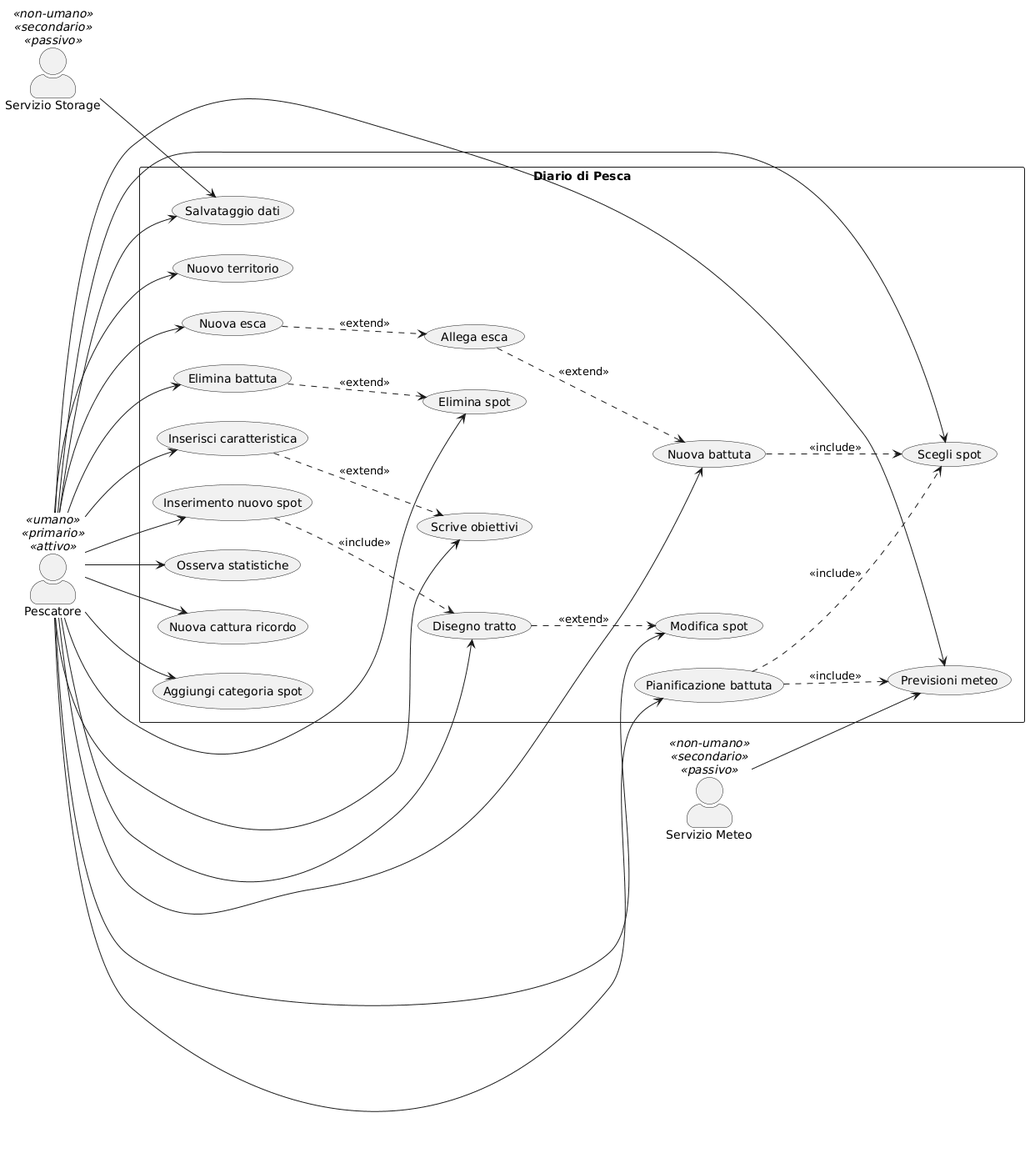
Before: docs/casiD_UsoPrincipali.png, a diagram exported from PlantUML (LocaCele04/LC_Tesi).
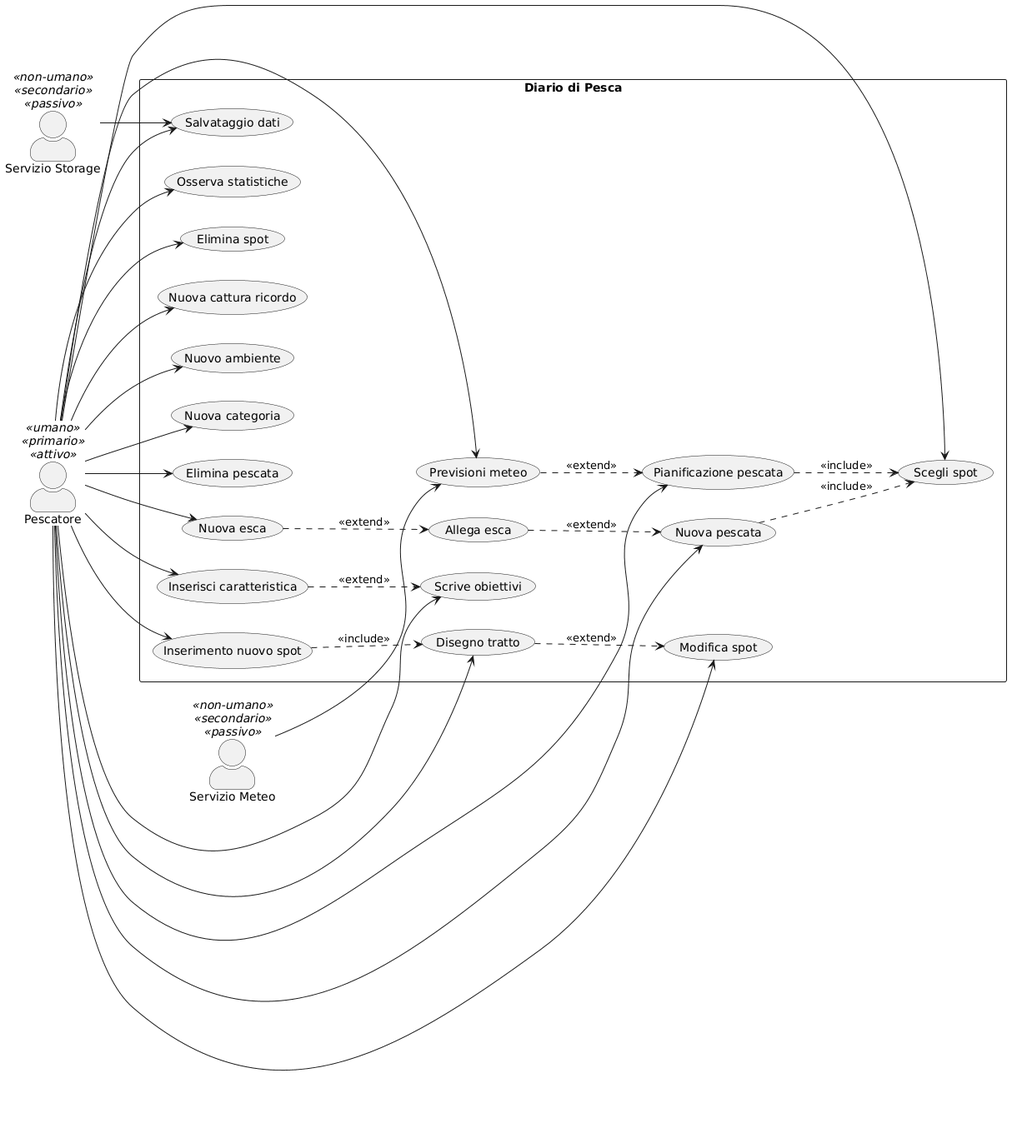
After the change.

What changed in the source:
```diff
@@ -9,7 +9,7 @@
 
 rectangle "Diario di Pesca" {
 	usecase "Disegno tratto" as UC_DisegnoTratto
-	usecase "Elimina battuta" as UC_EliminaBattuta
+	usecase "Elimina pescata" as UC_EliminaPescata
 	usecase "Inserisci caratteristica" as UC_NuovaCaratteristica
 	usecase "Nuova esca" as UC_InserisciEsca
 	usecase "Allega esca" as UC_AllegaEsca
@@ -21,23 +21,22 @@
 	usecase "Osserva statistiche" as UC_Statistiche
 	usecase "Elimina spot" as UC_EliminaSpot
 	usecase "Salvataggio dati" as UC_Backup
-	usecase "Nuova battuta" as UC_NuovaBattuta
-	usecase "Pianificazione battuta" as UC_Pianificazione
+	usecase "Nuova pescata" as UC_NuovaPescata
+	usecase "Pianificazione pescata" as UC_Pianificazione
 	usecase "Nuova cattura ricordo" as UC_CatturaMemorabile
-	usecase "Aggiungi categoria spot" as UC_NuovaClassificazione
-	usecase "Nuovo territorio" as UC_NuovaValle
+	usecase "Nuovo ambiente" as UC_NuovaClassificazione
+	usecase "Nuova categoria" as UC_NuovaValle
 
 
 
 	UC_NuovoSpot ..> UC_DisegnoTratto : <<include>>
 	UC_DisegnoTratto ..> UC_ModificaSpot : <<extend>>
-	UC_NuovaBattuta ..> UC_SceltaSpot : <<include>>
-	UC_Pianificazione ..> UC_Previsioni : <<include>>
+	UC_NuovaPescata ..> UC_SceltaSpot : <<include>>
+	UC_Previsioni ..> UC_Pianificazione : <<extend>>
 	UC_Pianificazione ..> UC_SceltaSpot : <<include>>
 	UC_NuovaCaratteristica ..> UC_NuovoObiettivo : <<extend>>
-	UC_EliminaBattuta ..> UC_EliminaSpot : <<extend>>
 	UC_InserisciEsca ..> UC_AllegaEsca : <<extend>>
-	UC_AllegaEsca ..> UC_NuovaBattuta : <<extend>>
+	UC_AllegaEsca ..> UC_NuovaPescata : <<extend>>
 
 
 
@@ -52,11 +51,11 @@
 	Pescatore --> UC_EliminaSpot
 	Pescatore --> UC_Statistiche
 	Pescatore --> UC_Backup
-	Pescatore --> UC_EliminaBattuta
+	Pescatore --> UC_EliminaPescata
 	Pescatore --> UC_DisegnoTratto
 	Pescatore --> UC_CatturaMemorabile
 	Pescatore --> UC_NuovaCaratteristica
-	Pescatore --> UC_NuovaBattuta
+	Pescatore --> UC_NuovaPescata
 	Pescatore --> UC_Pianificazione
 	Pescatore --> UC_NuovoObiettivo
 	Pescatore --> UC_Previsioni
```
